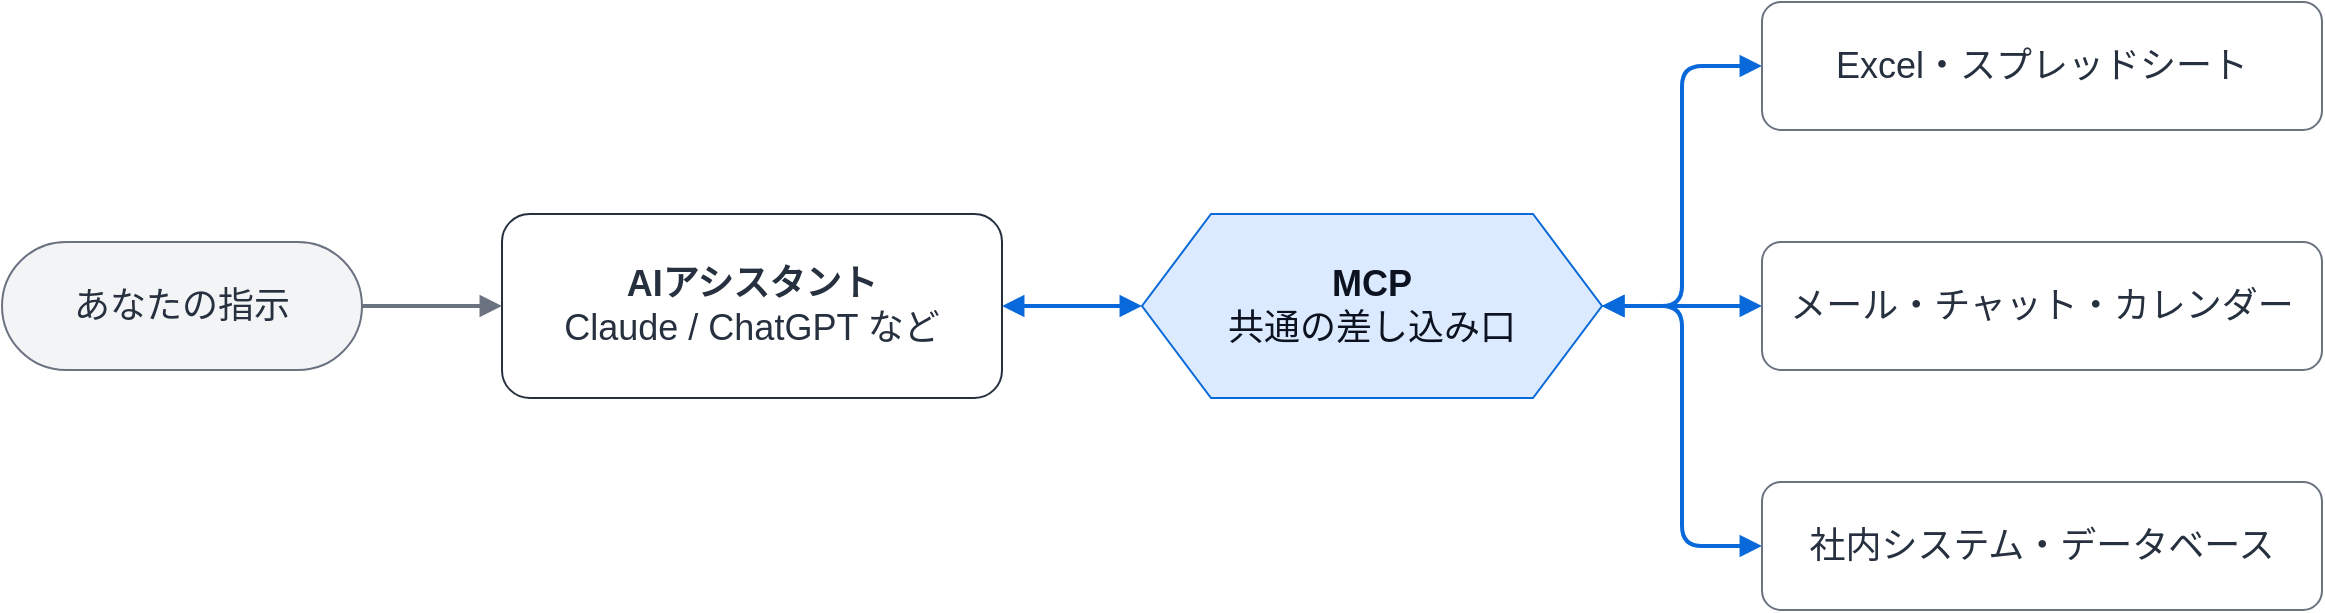
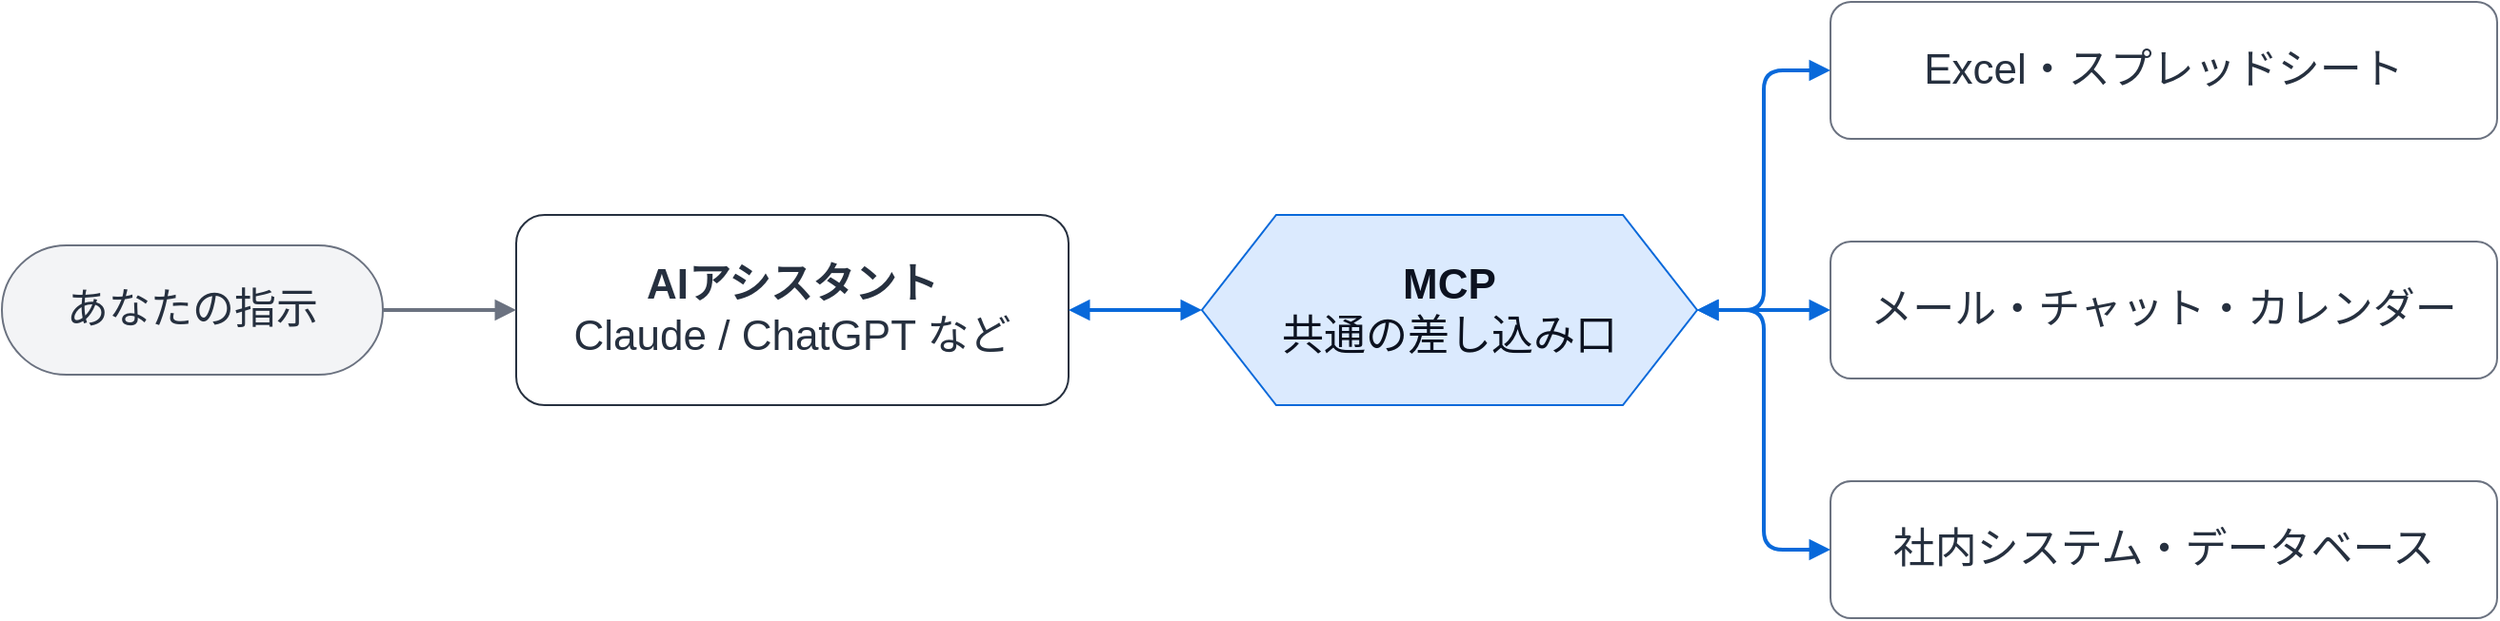
<mxfile host="Electron" version="29.0.3">
  <diagram id="mcp-connection" name="Page-1">
    <mxGraphModel dx="1280" dy="720" grid="1" gridSize="10" page="1" pageScale="1" pageWidth="1280" pageHeight="720">
      <root>
        <mxCell id="0" />
        <mxCell id="1" parent="0" />
-         <mxCell id="you" value="あなたの指示" style="rounded=1;arcSize=50;whiteSpace=wrap;html=1;fillColor=#f3f4f6;strokeColor=#6b7280;fontSize=18;fontColor=#26303f;" vertex="1" parent="1">
-           <mxGeometry x="40" y="190" width="180" height="64" as="geometry" />
+         <mxCell id="you" value="あなたの指示" style="rounded=1;arcSize=50;whiteSpace=wrap;html=1;fillColor=#f3f4f6;strokeColor=#6b7280;fontSize=22;fontColor=#26303f;" vertex="1" parent="1">
+           <mxGeometry x="40" y="188" width="200" height="68" as="geometry" />
        </mxCell>
-         <mxCell id="ai" value="&lt;b&gt;AIアシスタント&lt;/b&gt;&lt;br&gt;Claude / ChatGPT など" style="rounded=1;whiteSpace=wrap;html=1;fillColor=#ffffff;strokeColor=#26303f;fontSize=18;fontColor=#26303f;" vertex="1" parent="1">
-           <mxGeometry x="290" y="176" width="250" height="92" as="geometry" />
+         <mxCell id="ai" value="&lt;b&gt;AIアシスタント&lt;/b&gt;&lt;br&gt;Claude / ChatGPT など" style="rounded=1;whiteSpace=wrap;html=1;fillColor=#ffffff;strokeColor=#26303f;fontSize=22;fontColor=#26303f;" vertex="1" parent="1">
+           <mxGeometry x="310" y="172" width="290" height="100" as="geometry" />
        </mxCell>
-         <mxCell id="mcp" value="&lt;b&gt;MCP&lt;/b&gt;&lt;br&gt;共通の差し込み口" style="shape=hexagon;perimeter=hexagonPerimeter2;whiteSpace=wrap;html=1;fillColor=#dbeafe;strokeColor=#0969da;fontSize=18;fontColor=#0c1220;size=0.15;" vertex="1" parent="1">
-           <mxGeometry x="610" y="176" width="230" height="92" as="geometry" />
+         <mxCell id="mcp" value="&lt;b&gt;MCP&lt;/b&gt;&lt;br&gt;共通の差し込み口" style="shape=hexagon;perimeter=hexagonPerimeter2;whiteSpace=wrap;html=1;fillColor=#dbeafe;strokeColor=#0969da;fontSize=22;fontColor=#0c1220;size=0.15;" vertex="1" parent="1">
+           <mxGeometry x="670" y="172" width="260" height="100" as="geometry" />
        </mxCell>
-         <mxCell id="t1" value="Excel・スプレッドシート" style="rounded=1;whiteSpace=wrap;html=1;fillColor=#ffffff;strokeColor=#6b7280;fontSize=18;fontColor=#26303f;" vertex="1" parent="1">
-           <mxGeometry x="920" y="70" width="280" height="64" as="geometry" />
+         <mxCell id="t1" value="Excel・スプレッドシート" style="rounded=1;whiteSpace=wrap;html=1;fillColor=#ffffff;strokeColor=#6b7280;fontSize=22;fontColor=#26303f;" vertex="1" parent="1">
+           <mxGeometry x="1000" y="60" width="350" height="72" as="geometry" />
        </mxCell>
-         <mxCell id="t2" value="メール・チャット・カレンダー" style="rounded=1;whiteSpace=wrap;html=1;fillColor=#ffffff;strokeColor=#6b7280;fontSize=18;fontColor=#26303f;" vertex="1" parent="1">
-           <mxGeometry x="920" y="190" width="280" height="64" as="geometry" />
+         <mxCell id="t2" value="メール・チャット・カレンダー" style="rounded=1;whiteSpace=wrap;html=1;fillColor=#ffffff;strokeColor=#6b7280;fontSize=22;fontColor=#26303f;" vertex="1" parent="1">
+           <mxGeometry x="1000" y="186" width="350" height="72" as="geometry" />
        </mxCell>
-         <mxCell id="t3" value="社内システム・データベース" style="rounded=1;whiteSpace=wrap;html=1;fillColor=#ffffff;strokeColor=#6b7280;fontSize=18;fontColor=#26303f;" vertex="1" parent="1">
-           <mxGeometry x="920" y="310" width="280" height="64" as="geometry" />
+         <mxCell id="t3" value="社内システム・データベース" style="rounded=1;whiteSpace=wrap;html=1;fillColor=#ffffff;strokeColor=#6b7280;fontSize=22;fontColor=#26303f;" vertex="1" parent="1">
+           <mxGeometry x="1000" y="312" width="350" height="72" as="geometry" />
        </mxCell>
        <mxCell id="e-you-ai" style="edgeStyle=orthogonalEdgeStyle;rounded=1;html=1;endArrow=block;endFill=1;strokeColor=#6b7280;strokeWidth=2;" edge="1" parent="1" source="you" target="ai">
          <mxGeometry relative="1" as="geometry" />
        </mxCell>
        <mxCell id="e-ai-mcp" style="edgeStyle=orthogonalEdgeStyle;rounded=1;html=1;endArrow=block;endFill=1;startArrow=block;startFill=1;strokeColor=#0969da;strokeWidth=2;" edge="1" parent="1" source="ai" target="mcp">
          <mxGeometry relative="1" as="geometry" />
        </mxCell>
        <mxCell id="e-mcp-t1" style="edgeStyle=orthogonalEdgeStyle;rounded=1;html=1;endArrow=block;endFill=1;startArrow=block;startFill=1;strokeColor=#0969da;strokeWidth=2;exitX=1;exitY=0.5;exitDx=0;exitDy=0;entryX=0;entryY=0.5;entryDx=0;entryDy=0;" edge="1" parent="1" source="mcp" target="t1">
          <mxGeometry relative="1" as="geometry" />
        </mxCell>
        <mxCell id="e-mcp-t2" style="edgeStyle=orthogonalEdgeStyle;rounded=1;html=1;endArrow=block;endFill=1;startArrow=block;startFill=1;strokeColor=#0969da;strokeWidth=2;exitX=1;exitY=0.5;exitDx=0;exitDy=0;entryX=0;entryY=0.5;entryDx=0;entryDy=0;" edge="1" parent="1" source="mcp" target="t2">
          <mxGeometry relative="1" as="geometry" />
        </mxCell>
        <mxCell id="e-mcp-t3" style="edgeStyle=orthogonalEdgeStyle;rounded=1;html=1;endArrow=block;endFill=1;startArrow=block;startFill=1;strokeColor=#0969da;strokeWidth=2;exitX=1;exitY=0.5;exitDx=0;exitDy=0;entryX=0;entryY=0.5;entryDx=0;entryDy=0;" edge="1" parent="1" source="mcp" target="t3">
          <mxGeometry relative="1" as="geometry" />
        </mxCell>
      </root>
    </mxGraphModel>
  </diagram>
</mxfile>
